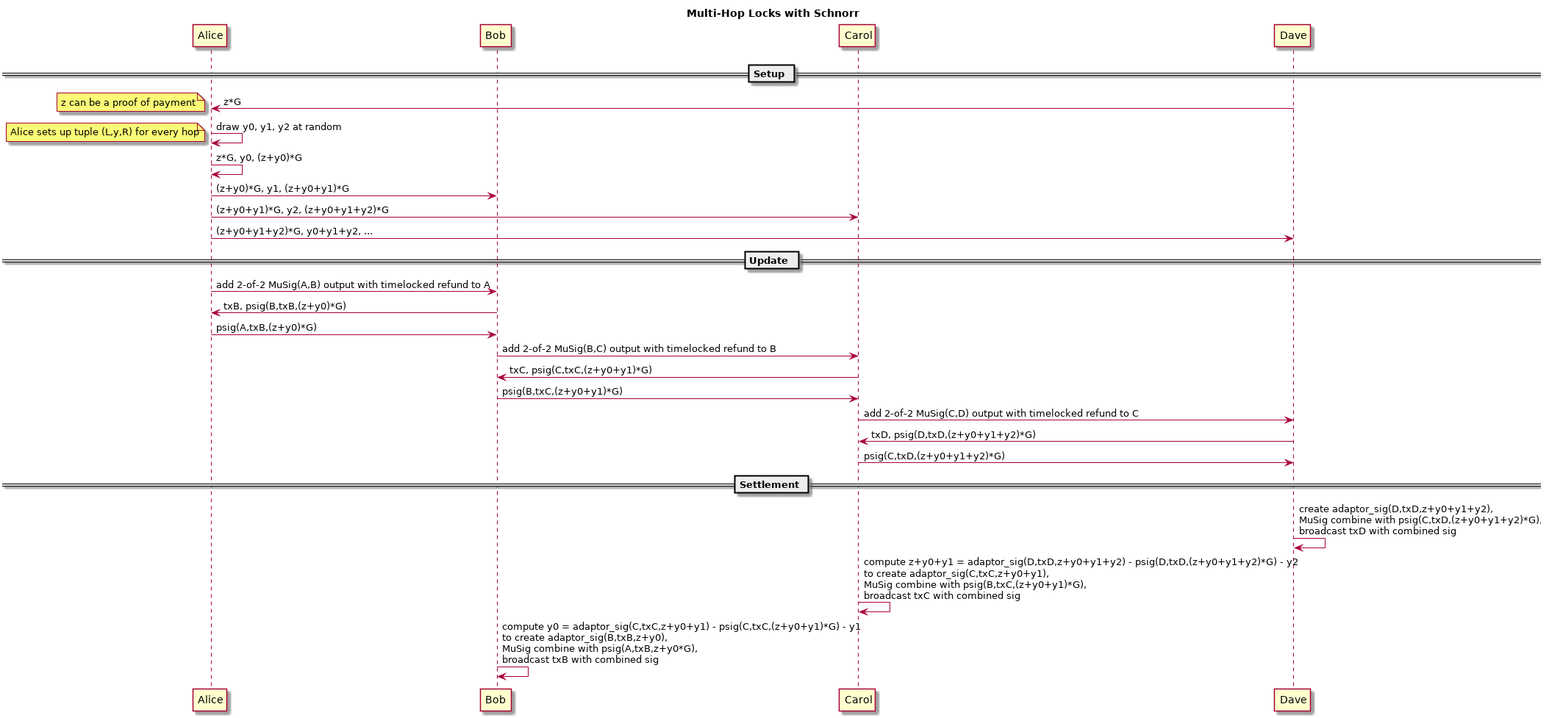
BlockstreamResearch/scriptless-scripts keeps this PlantUML diagram as md/images/multi-hop-locks.png. Above is the earlier version.
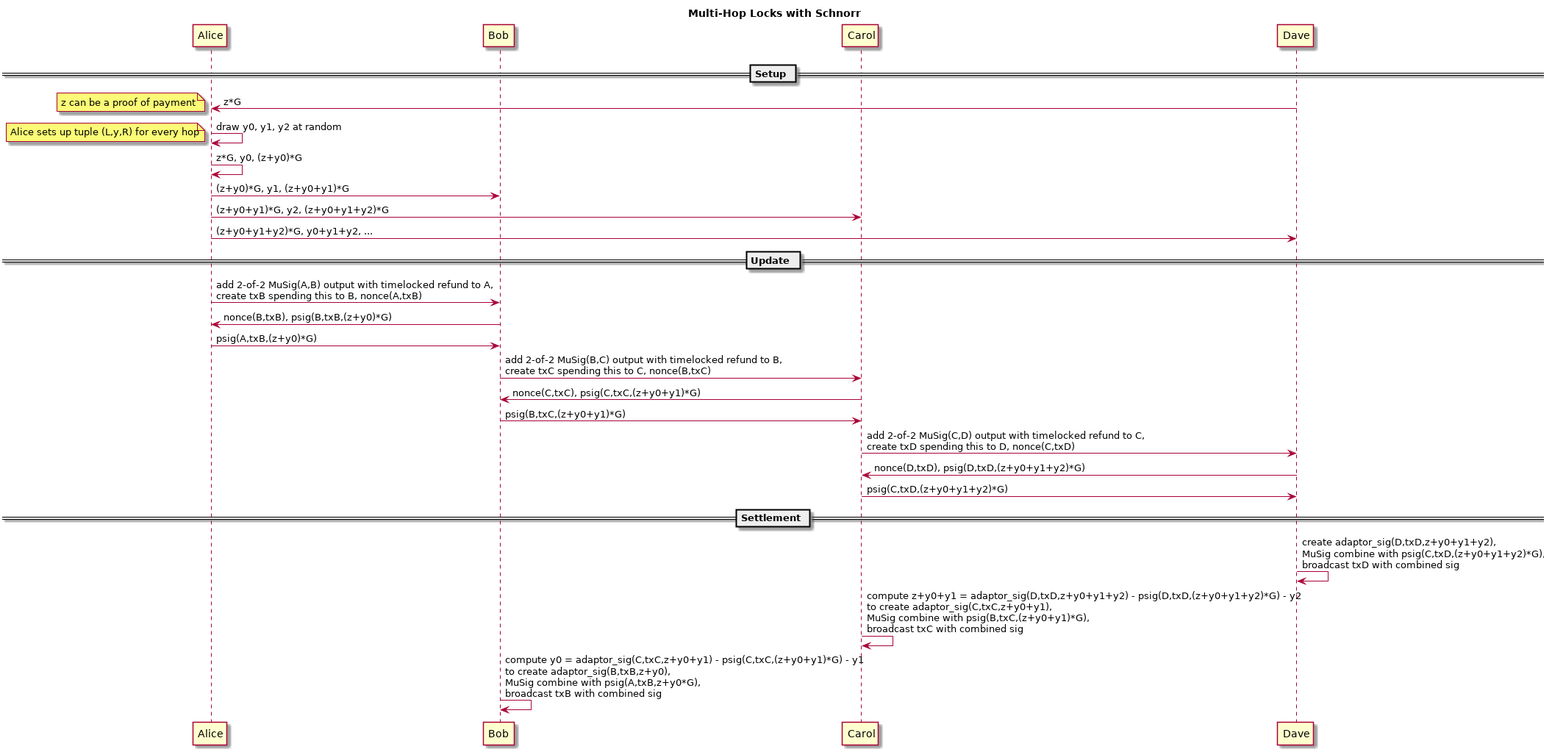
Later version of the same file.

Commit message:
Mention how to deal with MuSig rounds in multi-hop locks

What changed in the source:
```diff
@@ -22,14 +22,14 @@
 
 == Update ==
 
-Alice->Bob : add 2-of-2 MuSig(A,B) output with timelocked refund to A
-Bob->Alice : txB, psig(B,txB,(z+y0)*G)
-Alice->Bob : psig(A,txB,(z+y0)*G)
-Bob->Carol : add 2-of-2 MuSig(B,C) output with timelocked refund to B
-Carol->Bob : txC, psig(C,txC,(z+y0+y1)*G)
-Bob->Carol : psig(B,txC,(z+y0+y1)*G)
-Carol->Dave : add 2-of-2 MuSig(C,D) output with timelocked refund to C
-Dave->Carol : txD, psig(D,txD,(z+y0+y1+y2)*G)
+Alice->Bob  : add 2-of-2 MuSig(A,B) output with timelocked refund to A,\ncreate txB spending this to B, nonce(A,txB)
+Bob->Alice  : nonce(B,txB), psig(B,txB,(z+y0)*G)
+Alice->Bob  : psig(A,txB,(z+y0)*G)
+Bob->Carol  : add 2-of-2 MuSig(B,C) output with timelocked refund to B,\ncreate txC spending this to C, nonce(B,txC)
+Carol->Bob  : nonce(C,txC), psig(C,txC,(z+y0+y1)*G)
+Bob->Carol  : psig(B,txC,(z+y0+y1)*G)
+Carol->Dave : add 2-of-2 MuSig(C,D) output with timelocked refund to C,\ncreate txD spending this to D, nonce(C,txD)
+Dave->Carol : nonce(D,txD), psig(D,txD,(z+y0+y1+y2)*G)
 Carol->Dave : psig(C,txD,(z+y0+y1+y2)*G)
 
 == Settlement ==
```
